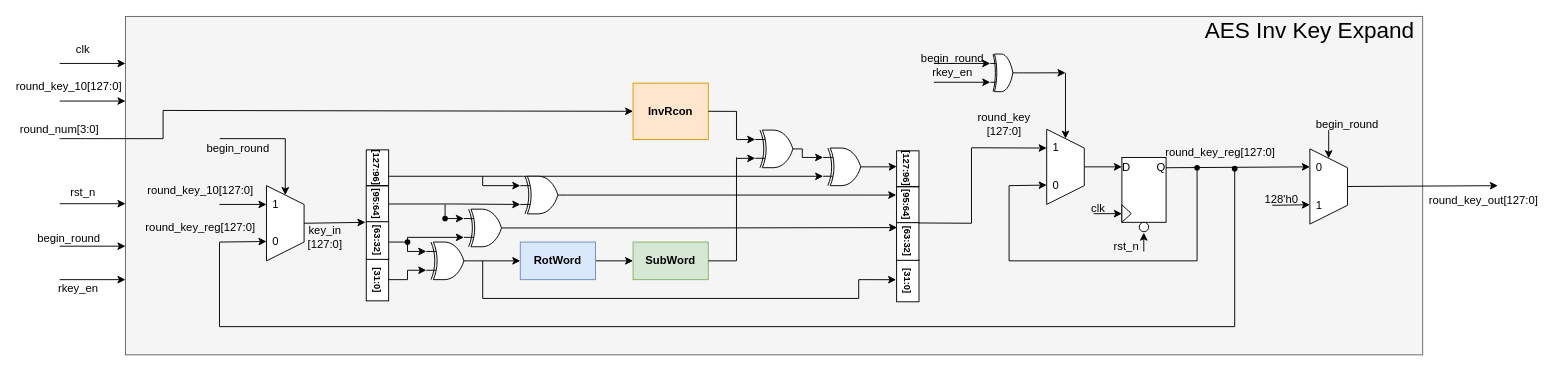
Before: page "AES Inv_Key_Expand" (23 of 26) of AES128 Diagram.drawio in 106210049/AES-128, a draw.io diagram. Source tidied: cells renumbered, new cells numbered last; positions are measured from the earlier drawing's top-left corner, leaving out a move shared by most shapes. Both pictures are drawn from the tidied source at 94%, with x=0, y=0 at pixel (22, 16).
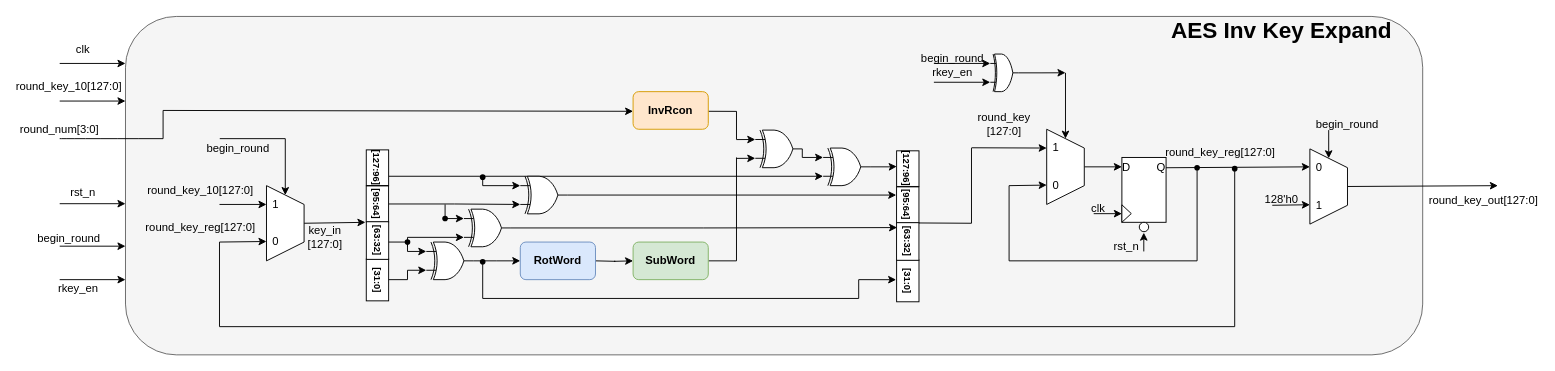
The same diagram, later.

Unchanged cells that the change refers to:
```xml
<mxCell id="85" style="verticalLabelPosition=bottom;shadow=0;dashed=0;align=center;html=1;verticalAlign=top;shape=mxgraph.electrical.logic_gates.logic_gate;operation=xor;" parent="1" vertex="1">
  <mxGeometry x="430" y="240" width="50" height="40" as="geometry" />
</mxCell>
```

What changed in the source:
```diff
@@
-    <mxCell id="2" style="rounded=0;whiteSpace=wrap;html=1;fillColor=#f5f5f5;fontColor=#333333;strokeColor=#666666;" parent="1" vertex="1">
-      <mxGeometry x="110" width="1380" height="360" as="geometry" />
-    </mxCell>
+    <mxCell id="130" style="rounded=1;whiteSpace=wrap;html=1;fillColor=#f5f5f5;fontColor=#333333;strokeColor=#666666;" parent="1" vertex="1">
+      <mxGeometry x="110" width="1380" height="360" as="geometry" />
+    </mxCell>
@@
-    <mxCell id="15" style="edgeStyle=orthogonalEdgeStyle;rounded=0;jettySize=auto;html=1;" parent="1" edge="1" source="16" target="17">
-      <mxGeometry relative="1" as="geometry" />
+    <mxCell id="15" style="edgeStyle=orthogonalEdgeStyle;rounded=0;orthogonalLoop=1;jettySize=auto;html=1;" parent="1" edge="1">
+      <mxGeometry relative="1" as="geometry">
+        <mxPoint x="610" y="260" as="sourcePoint" />
+        <mxPoint x="650" y="260" as="targetPoint" />
+      </mxGeometry>
     </mxCell>
-    <mxCell id="16" value="RotWord" style="rounded=0;whiteSpace=wrap;html=1;fillColor=#dae8fc;fontStyle=1;strokeColor=#6c8ebf;" parent="1" vertex="1">
-      <mxGeometry x="530" y="240" width="80" height="40" as="geometry" />
-    </mxCell>
-    <mxCell id="17" value="SubWord" style="rounded=0;whiteSpace=wrap;html=1;fillColor=#d5e8d4;fontStyle=1;strokeColor=#82b366;" parent="1" vertex="1">
-      <mxGeometry x="650" y="240" width="80" height="40" as="geometry" />
-    </mxCell>
-    <mxCell id="18" value="InvRcon" style="rounded=0;whiteSpace=wrap;html=1;fillColor=#ffe6cc;fontStyle=1;strokeColor=#d79b00;" parent="1" vertex="1">
-      <mxGeometry x="650" y="70.9" width="80" height="60" as="geometry" />
-    </mxCell>
@@
-    <mxCell id="20" style="endArrow=classic;html=1;rounded=0;entryX=0;entryY=0.5;entryDx=0;entryDy=0;" parent="1" edge="1" target="18">
+    <mxCell id="20" style="endArrow=classic;html=1;rounded=0;entryX=0;entryY=0.5;entryDx=0;entryDy=0;" parent="1" edge="1">
       <mxGeometry relative="1" as="geometry">
         <mxPoint x="150" y="100" as="sourcePoint" />
+        <mxPoint x="650" y="100.9" as="targetPoint" />
       </mxGeometry>
     </mxCell>
@@
-    <mxCell id="67" value="&lt;font style=&quot;font-size: 24px;&quot;&gt;AES Inv Key Expand&lt;/font&gt;" style="text;strokeColor=none;align=center;fillColor=none;html=1;verticalAlign=middle;whiteSpace=wrap;rounded=0;" parent="1" vertex="1">
-      <mxGeometry x="1250" width="240" height="30" as="geometry" />
+    <mxCell id="67" value="&lt;font style=&quot;font-size: 24px;&quot;&gt;&lt;b&gt;AES Inv Key Expand&lt;/b&gt;&lt;/font&gt;" style="text;strokeColor=none;align=center;fillColor=none;html=1;verticalAlign=middle;whiteSpace=wrap;rounded=0;" parent="1" vertex="1">
+      <mxGeometry x="1220" width="240" height="30" as="geometry" />
     </mxCell>
@@
-    <mxCell id="84" style="edgeStyle=orthogonalEdgeStyle;rounded=0;jettySize=auto;html=1;exitX=1;exitY=0.5;exitDx=0;exitDy=0;exitPerimeter=0;entryX=0;entryY=0.5;entryDx=0;entryDy=0;" parent="1" edge="1" source="85" target="16">
-      <mxGeometry relative="1" as="geometry" />
+    <mxCell id="84" style="edgeStyle=orthogonalEdgeStyle;rounded=0;jettySize=auto;html=1;exitX=1;exitY=0.5;exitDx=0;exitDy=0;exitPerimeter=0;entryX=0;entryY=0.5;entryDx=0;entryDy=0;" parent="1" edge="1" source="85">
+      <mxGeometry relative="1" as="geometry">
+        <mxPoint x="530" y="260" as="targetPoint" />
+      </mxGeometry>
     </mxCell>
@@
+    <mxCell id="16" value="&lt;span style=&quot;font-weight: 700;&quot;&gt;RotWord&lt;/span&gt;" style="rounded=1;whiteSpace=wrap;html=1;fillColor=#dae8fc;strokeColor=#6c8ebf;" parent="1" vertex="1">
+      <mxGeometry x="530" y="240" width="80" height="40" as="geometry" />
+    </mxCell>
+    <mxCell id="17" value="&lt;span style=&quot;font-weight: 700;&quot;&gt;SubWord&lt;/span&gt;" style="rounded=1;whiteSpace=wrap;html=1;fillColor=#d5e8d4;strokeColor=#82b366;" parent="1" vertex="1">
+      <mxGeometry x="650" y="240" width="80" height="40" as="geometry" />
+    </mxCell>
+    <mxCell id="18" value="&lt;span style=&quot;font-weight: 700;&quot;&gt;InvRcon&lt;/span&gt;" style="rounded=1;whiteSpace=wrap;html=1;fillColor=#ffe6cc;strokeColor=#d79b00;" parent="1" vertex="1">
+      <mxGeometry x="650" y="80" width="80" height="40" as="geometry" />
+    </mxCell>
+    <mxCell id="131" style="shape=waypoint;sketch=0;fillStyle=solid;size=6;fillColor=none;perimeter=centerPerimeter;" parent="1" vertex="1">
+      <mxGeometry x="480" y="161" width="20" height="20" as="geometry" />
+    </mxCell>
+    <mxCell id="132" style="shape=waypoint;sketch=0;fillStyle=solid;size=6;fillColor=none;perimeter=centerPerimeter;" parent="1" vertex="1">
+      <mxGeometry x="480" y="251" width="20" height="20" as="geometry" />
+    </mxCell>
```
